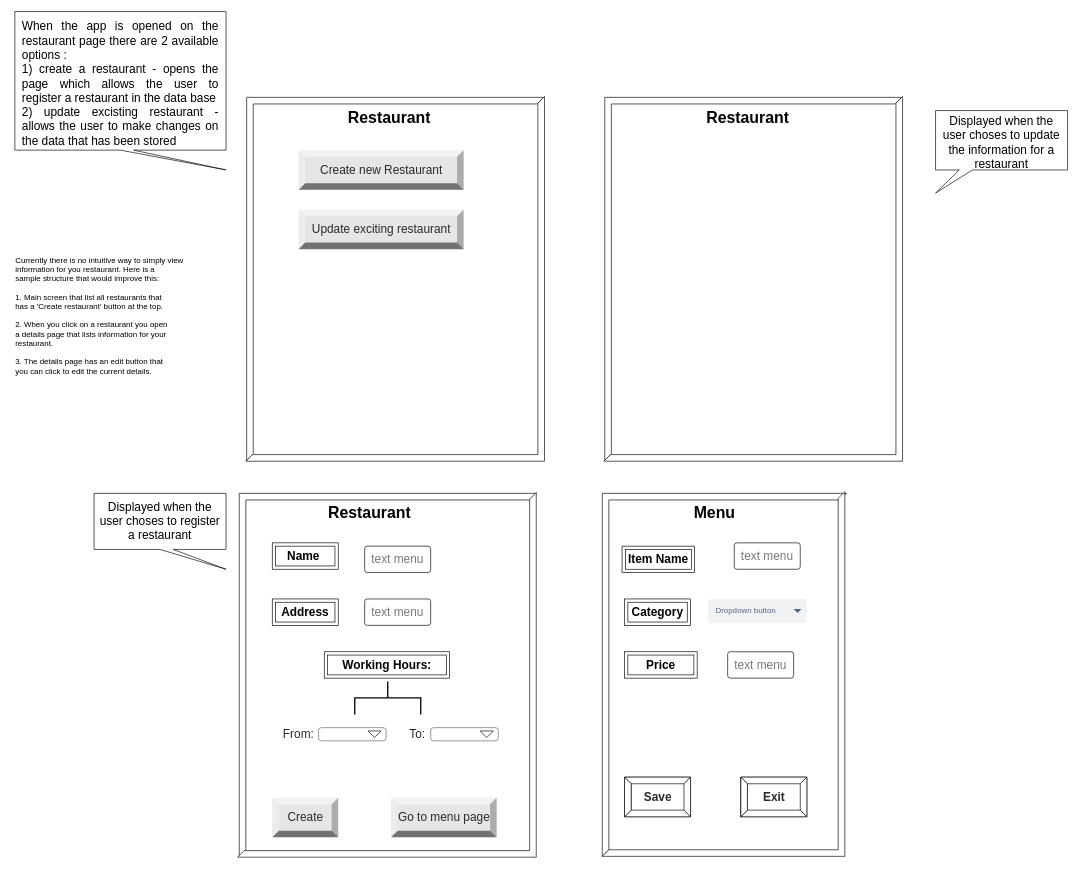
The draw.io diagram page "UI (Restaurant mangement)" (3 of 7) of docs/model+ui+endpoints.drawio in Uber-Summer-Practice-Sofia-2022/uber-summer-practice-docs-faq, before the edit. Source tidied: cells renumbered, new cells numbered last; positions are measured from the earlier drawing's top-left corner, leaving out a move shared by most shapes. Both pictures are drawn from the tidied source at 66%, with x=0, y=0 at pixel (11, 11).
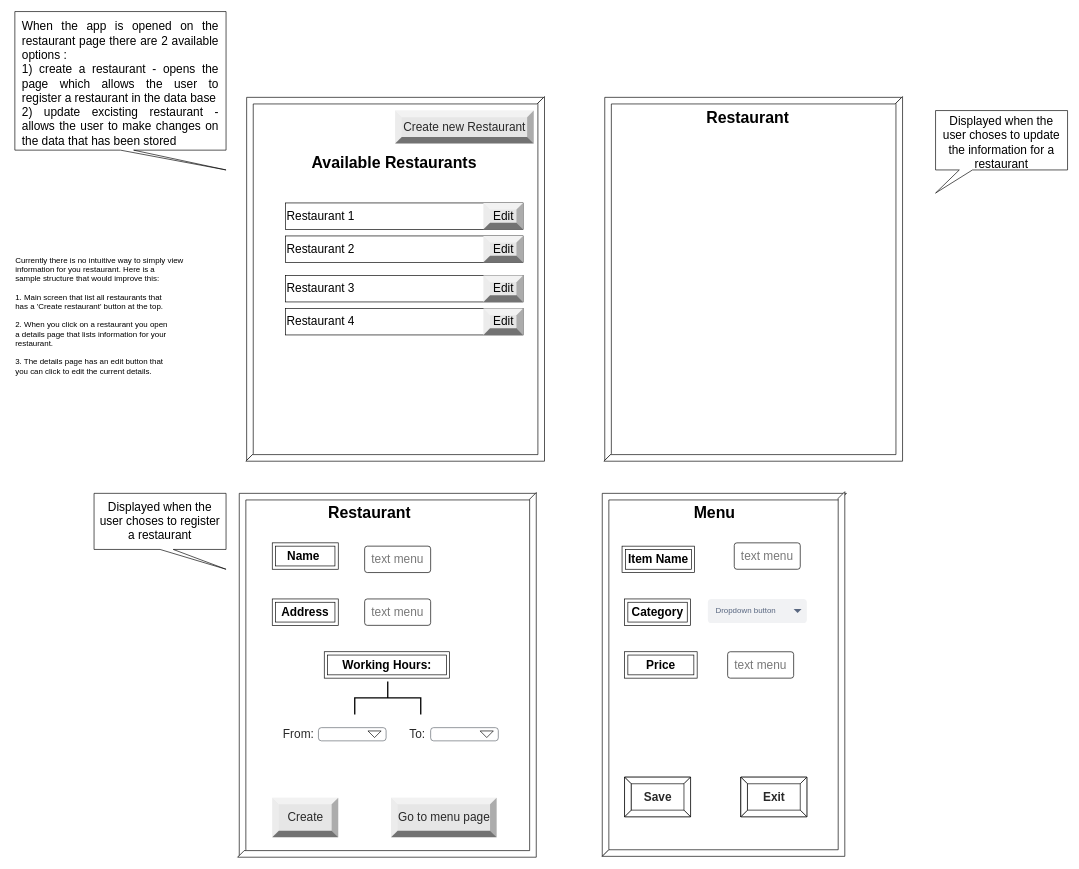
After the change.

What changed in the source:
```diff
@@
-    <mxCell id="31" value="&lt;h1&gt;Restaurant&lt;/h1&gt;" style="text;html=1;strokeColor=none;fillColor=none;spacing=5;spacingTop=-20;whiteSpace=wrap;overflow=hidden;rounded=0;" parent="1" vertex="1">
-      <mxGeometry x="505" y="141.2" width="190" height="120" as="geometry" />
-    </mxCell>
@@
     <mxCell id="34" value="Create new Restaurant" style="labelPosition=center;verticalLabelPosition=middle;align=center;html=1;shape=mxgraph.basic.shaded_button;dx=10;fillColor=#E6E6E6;strokeColor=none;fontSize=18;fontColor=#292929;" parent="1" vertex="1">
-      <mxGeometry x="435" y="210" width="250" height="60" as="geometry" />
+      <mxGeometry x="581.2" y="150" width="210" height="50" as="geometry" />
     </mxCell>
@@
-    <mxCell id="37" value="Update exciting restaurant" style="labelPosition=center;verticalLabelPosition=middle;align=center;html=1;shape=mxgraph.basic.shaded_button;dx=10;fillColor=#E6E6E6;strokeColor=none;fontSize=18;fontColor=#292929;" parent="1" vertex="1">
-      <mxGeometry x="435" y="300" width="250" height="60" as="geometry" />
-    </mxCell>
@@
+    <mxCell id="31" value="&lt;h1&gt;Available Restaurants&lt;/h1&gt;&lt;font size=&quot;3&quot;&gt;&lt;span style=&quot;background-color: initial;&quot;&gt;&lt;br&gt;&lt;/span&gt;&lt;/font&gt;&lt;br&gt;&lt;br&gt;&lt;div&gt;&lt;br&gt;&lt;/div&gt;" style="text;html=1;strokeColor=none;fillColor=none;spacing=5;spacingTop=-20;whiteSpace=wrap;overflow=hidden;rounded=0;" parent="1" vertex="1">
+      <mxGeometry x="450" y="210" width="330" height="40" as="geometry" />
+    </mxCell>
+    <mxCell id="46" value="&lt;font style=&quot;font-size: 18px;&quot;&gt;Restaurant 1&amp;nbsp;&lt;/font&gt;" style="whiteSpace=wrap;html=1;align=left;newEdgeStyle={&quot;edgeStyle&quot;:&quot;elbowEdgeStyle&quot;,&quot;startArrow&quot;:&quot;none&quot;,&quot;endArrow&quot;:&quot;none&quot;};fontSize=12;" parent="1" vertex="1">
+      <mxGeometry x="415" y="290" width="360" height="40" as="geometry" />
+    </mxCell>
+    <mxCell id="47" value="Edit" style="labelPosition=center;verticalLabelPosition=middle;align=center;html=1;shape=mxgraph.basic.shaded_button;dx=10;fillColor=#E6E6E6;strokeColor=none;fontSize=18;" parent="1" vertex="1">
+      <mxGeometry x="715" y="290" width="60" height="40" as="geometry" />
+    </mxCell>
+    <mxCell id="48" value="&lt;font style=&quot;font-size: 18px;&quot;&gt;Restaurant 2&amp;nbsp;&lt;/font&gt;" style="whiteSpace=wrap;html=1;align=left;newEdgeStyle={&quot;edgeStyle&quot;:&quot;elbowEdgeStyle&quot;,&quot;startArrow&quot;:&quot;none&quot;,&quot;endArrow&quot;:&quot;none&quot;};fontSize=12;" parent="1" vertex="1">
+      <mxGeometry x="415" y="340" width="360" height="40" as="geometry" />
+    </mxCell>
+    <mxCell id="49" value="Edit" style="labelPosition=center;verticalLabelPosition=middle;align=center;html=1;shape=mxgraph.basic.shaded_button;dx=10;fillColor=#E6E6E6;strokeColor=none;fontSize=18;" parent="1" vertex="1">
+      <mxGeometry x="715" y="340" width="60" height="40" as="geometry" />
+    </mxCell>
+    <mxCell id="50" value="&lt;font style=&quot;font-size: 18px;&quot;&gt;Restaurant 3&amp;nbsp;&lt;/font&gt;" style="whiteSpace=wrap;html=1;align=left;newEdgeStyle={&quot;edgeStyle&quot;:&quot;elbowEdgeStyle&quot;,&quot;startArrow&quot;:&quot;none&quot;,&quot;endArrow&quot;:&quot;none&quot;};fontSize=12;" parent="1" vertex="1">
+      <mxGeometry x="415" y="400" width="360" height="40" as="geometry" />
+    </mxCell>
+    <mxCell id="51" value="Edit" style="labelPosition=center;verticalLabelPosition=middle;align=center;html=1;shape=mxgraph.basic.shaded_button;dx=10;fillColor=#E6E6E6;strokeColor=none;fontSize=18;" parent="1" vertex="1">
+      <mxGeometry x="715" y="400" width="60" height="40" as="geometry" />
+    </mxCell>
+    <mxCell id="52" value="&lt;font style=&quot;font-size: 18px;&quot;&gt;Restaurant 4&amp;nbsp;&lt;/font&gt;" style="whiteSpace=wrap;html=1;align=left;newEdgeStyle={&quot;edgeStyle&quot;:&quot;elbowEdgeStyle&quot;,&quot;startArrow&quot;:&quot;none&quot;,&quot;endArrow&quot;:&quot;none&quot;};fontSize=12;" parent="1" vertex="1">
+      <mxGeometry x="415" y="450" width="360" height="40" as="geometry" />
+    </mxCell>
+    <mxCell id="53" value="Edit" style="labelPosition=center;verticalLabelPosition=middle;align=center;html=1;shape=mxgraph.basic.shaded_button;dx=10;fillColor=#E6E6E6;strokeColor=none;fontSize=18;" parent="1" vertex="1">
+      <mxGeometry x="715" y="450" width="60" height="40" as="geometry" />
+    </mxCell>
```
